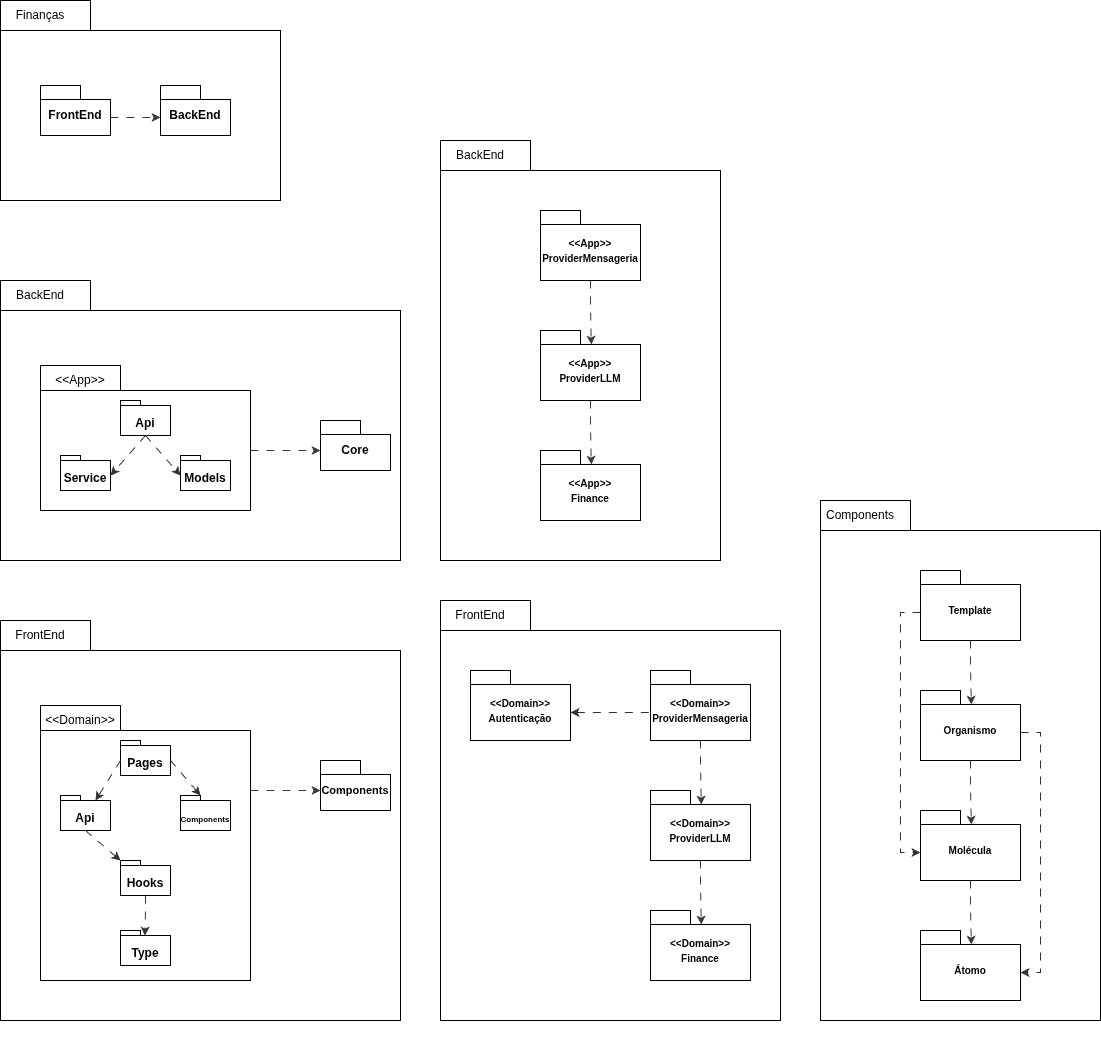
The draw.io diagram docs/Modelagem/assets/pacotes.png in UnBArqDsw2026-1-Turma02/2026.01-T02_G8_Financas_Entrega_02, before a commit. Source tidied: cells renumbered, new cells last; positions are measured from the earlier drawing's top-left corner, leaving out a move shared by most shapes.
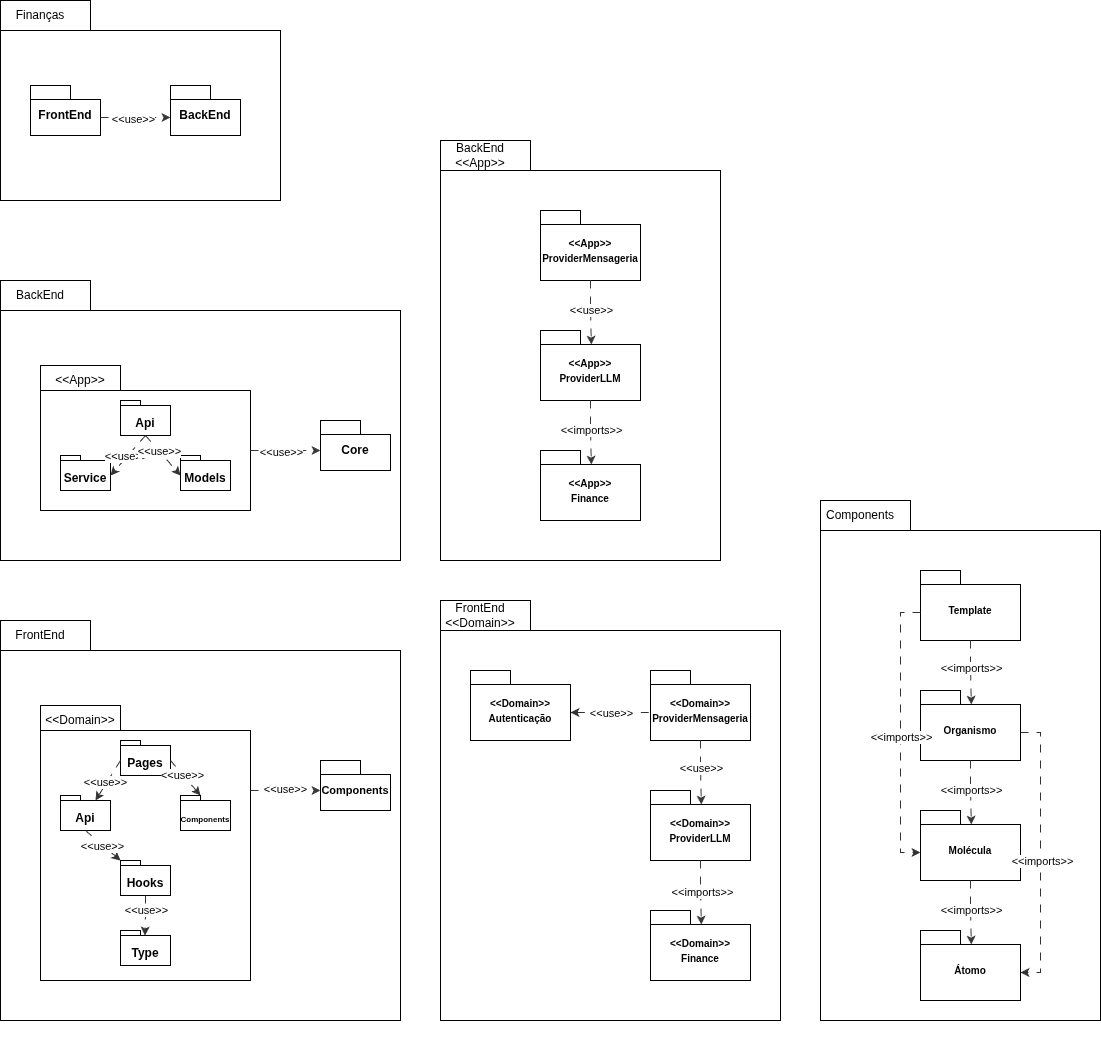
After the commit.

Commit message:
novo diagrama de pacotes

Change to the diagram source:
```diff
@@ -9,14 +9,17 @@
       <mxGeometry width="280" height="200" as="geometry" />
     </mxCell>
     <mxCell id="4" value="FrontEnd" style="shape=folder;fontStyle=1;spacingTop=10;tabWidth=40;tabHeight=14;tabPosition=left;html=1;whiteSpace=wrap;" parent="2" vertex="1">
-      <mxGeometry x="40" y="85" width="70" height="50" as="geometry" />
+      <mxGeometry x="30" y="85" width="70" height="50" as="geometry" />
     </mxCell>
     <mxCell id="5" value="BackEnd" style="shape=folder;fontStyle=1;spacingTop=10;tabWidth=40;tabHeight=14;tabPosition=left;html=1;whiteSpace=wrap;" parent="2" vertex="1">
-      <mxGeometry x="160" y="85" width="70" height="50" as="geometry" />
+      <mxGeometry x="170" y="85" width="70" height="50" as="geometry" />
     </mxCell>
     <mxCell id="6" style="edgeStyle=orthogonalEdgeStyle;rounded=0;jettySize=auto;html=1;exitX=0;exitY=0;exitDx=70;exitDy=32;exitPerimeter=0;entryX=0;entryY=0;entryDx=0;entryDy=32;entryPerimeter=0;dashed=1;dashPattern=8 8;strokeColor=light-dark(#373737,#FFFFFF);" parent="2" edge="1" source="4" target="5">
       <mxGeometry relative="1" as="geometry" />
     </mxCell>
+    <mxCell id="66" value="&amp;lt;&amp;lt;use&amp;gt;&amp;gt;" style="edgeLabel;html=1;align=center;verticalAlign=middle;" parent="6" vertex="1">
+      <mxGeometry x="-0.11" y="-1" relative="1" as="geometry" />
+    </mxCell>
     <mxCell id="7" value="Finanças" style="text;html=1;whiteSpace=wrap;strokeColor=none;fillColor=none;align=center;verticalAlign=middle;rounded=0;" parent="2" vertex="1">
       <mxGeometry x="10" width="60" height="30" as="geometry" />
     </mxCell>
@@ -37,6 +40,9 @@
         <mxPoint x="320" y="170" as="targetPoint" />
       </mxGeometry>
     </mxCell>
+    <mxCell id="67" value="&amp;lt;&amp;lt;use&amp;gt;&amp;gt;" style="edgeLabel;html=1;align=center;verticalAlign=middle;" parent="12" vertex="1">
+      <mxGeometry x="-0.12" y="-1" relative="1" as="geometry" />
+    </mxCell>
     <mxCell id="13" value="BackEnd" style="text;html=1;whiteSpace=wrap;strokeColor=none;fillColor=none;align=center;verticalAlign=middle;rounded=0;" parent="8" vertex="1">
       <mxGeometry x="10" width="60" height="30" as="geometry" />
     </mxCell>
@@ -55,9 +61,15 @@
     <mxCell id="18" style="rounded=0;jettySize=auto;html=1;exitX=0.5;exitY=1;exitDx=0;exitDy=0;exitPerimeter=0;entryX=0;entryY=0;entryDx=50;entryDy=20;entryPerimeter=0;dashed=1;dashPattern=8 8;strokeColor=light-dark(#323232,#FFFFFF);" parent="8" edge="1" source="15" target="16">
       <mxGeometry relative="1" as="geometry" />
     </mxCell>
+    <mxCell id="68" value="&amp;lt;&amp;lt;use&amp;gt;&amp;gt;" style="edgeLabel;html=1;align=center;verticalAlign=middle;" parent="18" vertex="1">
+      <mxGeometry x="0.09" y="-2" relative="1" as="geometry" />
+    </mxCell>
     <mxCell id="19" style="rounded=0;jettySize=auto;html=1;entryX=0;entryY=0;entryDx=0;entryDy=20;entryPerimeter=0;exitX=0.5;exitY=1;exitDx=0;exitDy=0;exitPerimeter=0;dashed=1;dashPattern=8 8;strokeColor=light-dark(#323232,#FFFFFF);" parent="8" edge="1" source="15" target="17">
       <mxGeometry relative="1" as="geometry" />
     </mxCell>
+    <mxCell id="69" value="&amp;lt;&amp;lt;use&amp;gt;&amp;gt;" style="edgeLabel;html=1;align=center;verticalAlign=middle;" parent="19" vertex="1">
+      <mxGeometry x="-0.22" relative="1" as="geometry" />
+    </mxCell>
     <mxCell id="20" style="group;" parent="1" vertex="1">
       <mxGeometry x="440" y="140" width="280" height="420" as="geometry" />
     </mxCell>
@@ -70,7 +82,10 @@
     <mxCell id="23" style="edgeStyle=orthogonalEdgeStyle;rounded=0;jettySize=auto;html=1;exitX=0.5;exitY=1;exitDx=0;exitDy=0;exitPerimeter=0;dashed=1;dashPattern=8 8;strokeColor=light-dark(#373737,#FFFFFF);entryX=0.508;entryY=0.201;entryDx=0;entryDy=0;entryPerimeter=0;" parent="20" edge="1" source="22" target="25">
       <mxGeometry relative="1" as="geometry" />
     </mxCell>
+    <mxCell id="70" value="&amp;lt;&amp;lt;use&amp;gt;&amp;gt;" style="edgeLabel;html=1;align=center;verticalAlign=middle;" parent="23" vertex="1">
+      <mxGeometry x="-0.1" y="-1" relative="1" as="geometry" />
+    </mxCell>
-    <mxCell id="24" value="BackEnd" style="text;html=1;whiteSpace=wrap;strokeColor=none;fillColor=none;align=center;verticalAlign=middle;rounded=0;" parent="20" vertex="1">
+    <mxCell id="24" value="BackEnd&lt;div&gt;&amp;lt;&amp;lt;App&amp;gt;&amp;gt;&lt;/div&gt;" style="text;html=1;whiteSpace=wrap;strokeColor=none;fillColor=none;align=center;verticalAlign=middle;rounded=0;" parent="20" vertex="1">
       <mxGeometry x="10" width="60" height="30" as="geometry" />
     </mxCell>
     <mxCell id="25" value="&lt;font style=&quot;font-size: 10px;&quot;&gt;&amp;lt;&amp;lt;App&amp;gt;&amp;gt;&lt;/font&gt;&lt;div&gt;&lt;font style=&quot;font-size: 10px;&quot;&gt;ProviderLLM&lt;/font&gt;&lt;/div&gt;" style="shape=folder;fontStyle=1;spacingTop=10;tabWidth=40;tabHeight=14;tabPosition=left;html=1;whiteSpace=wrap;" parent="20" vertex="1">
@@ -81,6 +96,9 @@
         <mxPoint x="150" y="260" as="sourcePoint" />
       </mxGeometry>
     </mxCell>
+    <mxCell id="71" value="&amp;lt;&amp;lt;imports&amp;gt;&amp;gt;" style="edgeLabel;html=1;align=center;verticalAlign=middle;" parent="26" vertex="1">
+      <mxGeometry x="-0.1" y="-1" relative="1" as="geometry" />
+    </mxCell>
     <mxCell id="27" value="&lt;font style=&quot;font-size: 10px;&quot;&gt;&amp;lt;&amp;lt;App&amp;gt;&amp;gt;&lt;/font&gt;&lt;div&gt;&lt;font style=&quot;font-size: 10px;&quot;&gt;Finance&lt;/font&gt;&lt;/div&gt;" style="shape=folder;fontStyle=1;spacingTop=10;tabWidth=40;tabHeight=14;tabPosition=left;html=1;whiteSpace=wrap;" parent="20" vertex="1">
       <mxGeometry x="100" y="310" width="100" height="70" as="geometry" />
     </mxCell>
@@ -101,6 +119,9 @@
         <mxPoint x="320" y="170" as="targetPoint" />
       </mxGeometry>
     </mxCell>
+    <mxCell id="72" value="&amp;lt;&amp;lt;use&amp;gt;&amp;gt;" style="edgeLabel;html=1;align=center;verticalAlign=middle;" parent="32" vertex="1">
+      <mxGeometry y="2" relative="1" as="geometry" />
+    </mxCell>
     <mxCell id="33" value="FrontEnd" style="text;html=1;whiteSpace=wrap;strokeColor=none;fillColor=none;align=center;verticalAlign=middle;rounded=0;" parent="28" vertex="1">
       <mxGeometry x="10" width="60" height="30" as="geometry" />
     </mxCell>
@@ -119,9 +140,17 @@
     <mxCell id="38" style="rounded=0;jettySize=auto;html=1;exitX=0;exitY=0;exitDx=0;exitDy=20;exitPerimeter=0;entryX=0;entryY=0;entryDx=35;entryDy=5;entryPerimeter=0;dashed=1;dashPattern=8 8;strokeColor=light-dark(#323232,#FFFFFF);" parent="28" edge="1" source="35" target="36">
       <mxGeometry relative="1" as="geometry" />
     </mxCell>
+    <mxCell id="73" value="&amp;lt;&amp;lt;use&amp;gt;&amp;gt;" style="edgeLabel;html=1;align=center;verticalAlign=middle;" parent="38" vertex="1">
+      <mxGeometry x="0.07" y="-2" relative="1" as="geometry">
+        <mxPoint x="-1" as="offset" />
+      </mxGeometry>
+    </mxCell>
     <mxCell id="39" style="rounded=0;jettySize=auto;html=1;entryX=0;entryY=0;entryDx=20;entryDy=0;entryPerimeter=0;exitX=0;exitY=0;exitDx=50;exitDy=20;exitPerimeter=0;dashed=1;dashPattern=8 8;strokeColor=light-dark(#323232,#FFFFFF);" parent="28" edge="1" source="35" target="37">
       <mxGeometry relative="1" as="geometry" />
     </mxCell>
+    <mxCell id="74" value="&amp;lt;&amp;lt;use&amp;gt;&amp;gt;" style="edgeLabel;html=1;align=center;verticalAlign=middle;" parent="39" vertex="1">
+      <mxGeometry x="-0.21" y="-1" relative="1" as="geometry" />
+    </mxCell>
     <mxCell id="40" value="Hooks" style="shape=folder;fontStyle=1;spacingTop=10;tabWidth=20;tabHeight=5;tabPosition=left;html=1;whiteSpace=wrap;" parent="28" vertex="1">
       <mxGeometry x="120" y="240" width="50" height="35" as="geometry" />
     </mxCell>
@@ -131,9 +160,15 @@
     <mxCell id="42" style="rounded=0;jettySize=auto;html=1;exitX=0.5;exitY=1;exitDx=0;exitDy=0;exitPerimeter=0;entryX=0;entryY=0;entryDx=0;entryDy=0;entryPerimeter=0;dashed=1;dashPattern=8 8;strokeColor=light-dark(#323232,#FFFFFF);" parent="28" edge="1" source="36" target="40">
       <mxGeometry relative="1" as="geometry" />
     </mxCell>
+    <mxCell id="75" value="&amp;lt;&amp;lt;use&amp;gt;&amp;gt;" style="edgeLabel;html=1;align=center;verticalAlign=middle;" parent="42" vertex="1">
+      <mxGeometry x="-0.04" y="-1" relative="1" as="geometry" />
+    </mxCell>
     <mxCell id="43" style="edgeStyle=orthogonalEdgeStyle;rounded=0;jettySize=auto;html=1;exitX=0.5;exitY=1;exitDx=0;exitDy=0;exitPerimeter=0;entryX=0.489;entryY=0.146;entryDx=0;entryDy=0;entryPerimeter=0;dashed=1;dashPattern=8 8;strokeColor=light-dark(#323232,#FFFFFF);" parent="28" edge="1" source="40" target="41">
       <mxGeometry relative="1" as="geometry" />
     </mxCell>
+    <mxCell id="76" value="&amp;lt;&amp;lt;use&amp;gt;&amp;gt;" style="edgeLabel;html=1;align=center;verticalAlign=middle;" parent="43" vertex="1">
+      <mxGeometry x="-0.26" relative="1" as="geometry" />
+    </mxCell>
     <mxCell id="44" style="group;" parent="1" vertex="1">
       <mxGeometry x="820" y="500" width="280" height="520" as="geometry" />
     </mxCell>
@@ -146,6 +181,9 @@
     <mxCell id="47" style="edgeStyle=orthogonalEdgeStyle;rounded=0;jettySize=auto;html=1;exitX=0.5;exitY=1;exitDx=0;exitDy=0;exitPerimeter=0;dashed=1;dashPattern=8 8;strokeColor=light-dark(#373737,#FFFFFF);entryX=0.508;entryY=0.201;entryDx=0;entryDy=0;entryPerimeter=0;" parent="44" edge="1" source="46" target="49">
       <mxGeometry relative="1" as="geometry" />
     </mxCell>
+    <mxCell id="77" value="&amp;lt;&amp;lt;imports&amp;gt;&amp;gt;" style="edgeLabel;html=1;align=center;verticalAlign=middle;" parent="47" vertex="1">
+      <mxGeometry x="-0.12" y="-1" relative="1" as="geometry" />
+    </mxCell>
     <mxCell id="48" value="Components" style="text;html=1;whiteSpace=wrap;strokeColor=none;fillColor=none;align=center;verticalAlign=middle;rounded=0;" parent="44" vertex="1">
       <mxGeometry x="10" width="60" height="30" as="geometry" />
     </mxCell>
@@ -157,6 +195,9 @@
         <mxPoint x="150" y="260" as="sourcePoint" />
       </mxGeometry>
     </mxCell>
+    <mxCell id="78" value="&amp;lt;&amp;lt;imports&amp;gt;&amp;gt;" style="edgeLabel;html=1;align=center;verticalAlign=middle;" parent="50" vertex="1">
+      <mxGeometry x="-0.06" y="-1" relative="1" as="geometry" />
+    </mxCell>
     <mxCell id="51" value="&lt;span style=&quot;font-size: 10px;&quot;&gt;Molécula&lt;/span&gt;" style="shape=folder;fontStyle=1;spacingTop=10;tabWidth=40;tabHeight=14;tabPosition=left;html=1;whiteSpace=wrap;" parent="44" vertex="1">
       <mxGeometry x="100" y="310" width="100" height="70" as="geometry" />
     </mxCell>
@@ -165,15 +206,24 @@
         <mxPoint x="150" y="380" as="sourcePoint" />
       </mxGeometry>
     </mxCell>
+    <mxCell id="79" value="&amp;lt;&amp;lt;imports&amp;gt;&amp;gt;" style="edgeLabel;html=1;align=center;verticalAlign=middle;" parent="52" vertex="1">
+      <mxGeometry x="-0.08" y="-1" relative="1" as="geometry" />
+    </mxCell>
     <mxCell id="53" value="&lt;span style=&quot;font-size: 10px;&quot;&gt;Átomo&lt;/span&gt;" style="shape=folder;fontStyle=1;spacingTop=10;tabWidth=40;tabHeight=14;tabPosition=left;html=1;whiteSpace=wrap;" parent="44" vertex="1">
       <mxGeometry x="100" y="430" width="100" height="70" as="geometry" />
     </mxCell>
     <mxCell id="54" style="edgeStyle=orthogonalEdgeStyle;rounded=0;jettySize=auto;html=1;exitX=0;exitY=0;exitDx=0;exitDy=42;exitPerimeter=0;entryX=0;entryY=0;entryDx=0;entryDy=42;entryPerimeter=0;dashed=1;dashPattern=8 8;strokeColor=light-dark(#323232,#FFFFFF);" parent="44" edge="1" source="46" target="51">
       <mxGeometry relative="1" as="geometry" />
     </mxCell>
+    <mxCell id="80" value="&amp;lt;&amp;lt;imports&amp;gt;&amp;gt;" style="edgeLabel;html=1;align=center;verticalAlign=middle;" parent="54" vertex="1">
+      <mxGeometry x="0.02" relative="1" as="geometry" />
+    </mxCell>
     <mxCell id="55" style="edgeStyle=orthogonalEdgeStyle;rounded=0;jettySize=auto;html=1;exitX=0;exitY=0;exitDx=100;exitDy=42;exitPerimeter=0;entryX=0;entryY=0;entryDx=100;entryDy=42;entryPerimeter=0;dashed=1;dashPattern=8 8;strokeColor=light-dark(#323232,#FFFFFF);" parent="44" edge="1" source="49" target="53">
       <mxGeometry relative="1" as="geometry" />
     </mxCell>
+    <mxCell id="81" value="&amp;lt;&amp;lt;imports&amp;gt;&amp;gt;" style="edgeLabel;html=1;align=center;verticalAlign=middle;" parent="55" vertex="1">
+      <mxGeometry x="0.06" y="1" relative="1" as="geometry" />
+    </mxCell>
     <mxCell id="56" style="group;" parent="1" vertex="1">
       <mxGeometry x="440" y="600" width="340" height="420" as="geometry" />
     </mxCell>
@@ -186,7 +236,10 @@
     <mxCell id="59" style="edgeStyle=orthogonalEdgeStyle;rounded=0;jettySize=auto;html=1;exitX=0.5;exitY=1;exitDx=0;exitDy=0;exitPerimeter=0;dashed=1;dashPattern=8 8;strokeColor=light-dark(#373737,#FFFFFF);entryX=0.508;entryY=0.201;entryDx=0;entryDy=0;entryPerimeter=0;" parent="56" edge="1" source="58" target="61">
       <mxGeometry relative="1" as="geometry" />
     </mxCell>
+    <mxCell id="82" value="&amp;lt;&amp;lt;use&amp;gt;&amp;gt;" style="edgeLabel;html=1;align=center;verticalAlign=middle;" parent="59" vertex="1">
+      <mxGeometry x="-0.13" y="-1" relative="1" as="geometry" />
+    </mxCell>
-    <mxCell id="60" value="FrontEnd" style="text;html=1;whiteSpace=wrap;strokeColor=none;fillColor=none;align=center;verticalAlign=middle;rounded=0;" parent="56" vertex="1">
+    <mxCell id="60" value="FrontEnd &amp;lt;&amp;lt;Domain&amp;gt;&amp;gt;" style="text;html=1;whiteSpace=wrap;strokeColor=none;fillColor=none;align=center;verticalAlign=middle;rounded=0;" parent="56" vertex="1">
       <mxGeometry x="10" width="60" height="30" as="geometry" />
     </mxCell>
     <mxCell id="61" value="&lt;span style=&quot;font-size: 10px;&quot;&gt;&amp;lt;&amp;lt;Domain&amp;gt;&amp;gt;&lt;/span&gt;&lt;br&gt;&lt;div&gt;&lt;font style=&quot;font-size: 10px;&quot;&gt;ProviderLLM&lt;/font&gt;&lt;/div&gt;" style="shape=folder;fontStyle=1;spacingTop=10;tabWidth=40;tabHeight=14;tabPosition=left;html=1;whiteSpace=wrap;" parent="56" vertex="1">
@@ -197,6 +250,9 @@
         <mxPoint x="260" y="260" as="sourcePoint" />
       </mxGeometry>
     </mxCell>
+    <mxCell id="83" value="&amp;lt;&amp;lt;imports&lt;span style=&quot;background-color: light-dark(#ffffff, var(--ge-dark-color, #121212)); color: light-dark(rgb(0, 0, 0), rgb(255, 255, 255));&quot;&gt;&amp;gt;&amp;gt;&lt;/span&gt;" style="edgeLabel;html=1;align=center;verticalAlign=middle;" parent="62" vertex="1">
+      <mxGeometry x="-0.02" relative="1" as="geometry" />
+    </mxCell>
     <mxCell id="63" value="&lt;font style=&quot;font-size: 10px;&quot;&gt;&amp;lt;&amp;lt;Domain&amp;gt;&amp;gt;&lt;/font&gt;&lt;div&gt;&lt;font style=&quot;font-size: 10px;&quot;&gt;Finance&lt;/font&gt;&lt;/div&gt;" style="shape=folder;fontStyle=1;spacingTop=10;tabWidth=40;tabHeight=14;tabPosition=left;html=1;whiteSpace=wrap;" parent="56" vertex="1">
       <mxGeometry x="210" y="310" width="100" height="70" as="geometry" />
     </mxCell>
@@ -206,5 +262,8 @@
     <mxCell id="65" style="edgeStyle=orthogonalEdgeStyle;rounded=0;jettySize=auto;html=1;exitX=0;exitY=0;exitDx=100;exitDy=42;exitPerimeter=0;entryX=0;entryY=0;entryDx=0;entryDy=42;entryPerimeter=0;dashed=1;dashPattern=8 8;strokeColor=light-dark(#323232,#FFFFFF);startArrow=classic;startFill=1;endArrow=none;endFill=0;" parent="56" edge="1" source="64" target="58">
       <mxGeometry relative="1" as="geometry" />
     </mxCell>
+    <mxCell id="84" value="&amp;lt;&amp;lt;use&amp;gt;&amp;gt;" style="edgeLabel;html=1;align=center;verticalAlign=middle;" parent="65" vertex="1">
+      <mxGeometry x="0.01" relative="1" as="geometry" />
+    </mxCell>
   </root>
 </mxGraphModel>
```
